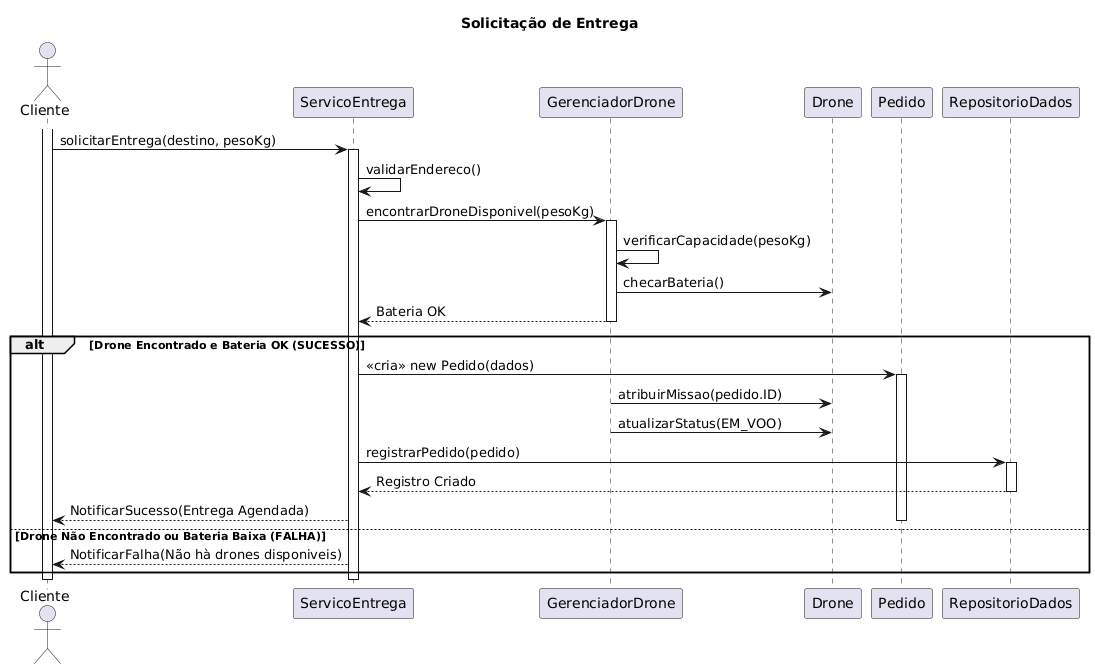
This is docs/DiagramaSequencia.png from pedrompinho2/UML-Classroom-FCI, a PlantUML export, as it was before one commit.
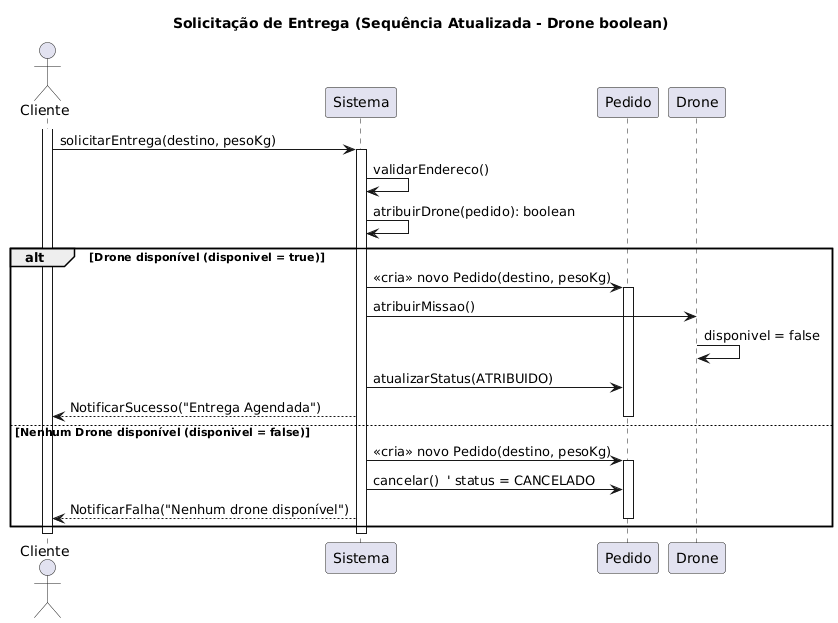
The same diagram one commit later.

Commit message:
Meu nome adicionado em arquivos essenciais e alteração no diagrama de classe e sequencia

The edit, as a diff of the source:
```diff
@@ -1,47 +1,36 @@
 @startuml
-title Solicitação de Entrega
+title Solicitação de Entrega (Sequência Atualizada - Drone boolean)
 
 actor Cliente as "Cliente"
-participant ServicoEntrega as "ServicoEntrega"
-participant GerenciadorDrone as "GerenciadorDrone"
+participant Sistema as "Sistema"
+participant Pedido as "Pedido"
 participant Drone as "Drone"
-participant Pedido as "Pedido"
-participant RepositorioDados as "RepositorioDados"
 
 activate Cliente
-Cliente -> ServicoEntrega: solicitarEntrega(destino, pesoKg)
-activate ServicoEntrega
+Cliente -> Sistema: solicitarEntrega(destino, pesoKg)
+activate Sistema
 
-ServicoEntrega -> ServicoEntrega: validarEndereco()
+Sistema -> Sistema: validarEndereco()
 
-ServicoEntrega -> GerenciadorDrone: encontrarDroneDisponivel(pesoKg)
-activate GerenciadorDrone
+Sistema -> Sistema: atribuirDrone(pedido): boolean
 
-GerenciadorDrone -> GerenciadorDrone: verificarCapacidade(pesoKg)
-GerenciadorDrone -> Drone: checarBateria()
-return Bateria OK
-deactivate GerenciadorDrone
-
-alt Drone Encontrado e Bateria OK (SUCESSO)
-
-    ServicoEntrega -> Pedido: <<cria>> new Pedido(dados)
+alt Drone disponível (disponivel = true)
+    Sistema -> Pedido: <<cria>> novo Pedido(destino, pesoKg)
     activate Pedido
-
-    GerenciadorDrone -> Drone: atribuirMissao(pedido.ID)
-    GerenciadorDrone -> Drone: atualizarStatus(EM_VOO)
-
-    ServicoEntrega -> RepositorioDados: registrarPedido(pedido)
-    activate RepositorioDados
-    RepositorioDados --> ServicoEntrega: Registro Criado
-    deactivate RepositorioDados
-
-    ServicoEntrega --> Cliente: NotificarSucesso(Entrega Agendada)
+    Sistema -> Drone: atribuirMissao()
+    Drone -> Drone: disponivel = false
+    Sistema -> Pedido: atualizarStatus(ATRIBUIDO)
+    Sistema --> Cliente: NotificarSucesso("Entrega Agendada")
     deactivate Pedido
 
-else Drone Não Encontrado ou Bateria Baixa (FALHA)
-    ServicoEntrega --> Cliente: NotificarFalha(Não hà drones disponiveis)
+else Nenhum Drone disponível (disponivel = false)
+    Sistema -> Pedido: <<cria>> novo Pedido(destino, pesoKg)
+    activate Pedido
+    Sistema -> Pedido: cancelar()  ' status = CANCELADO
+    Sistema --> Cliente: NotificarFalha("Nenhum drone disponível")
+    deactivate Pedido
 end
 
-deactivate ServicoEntrega
+deactivate Sistema
 deactivate Cliente
 @enduml
```
